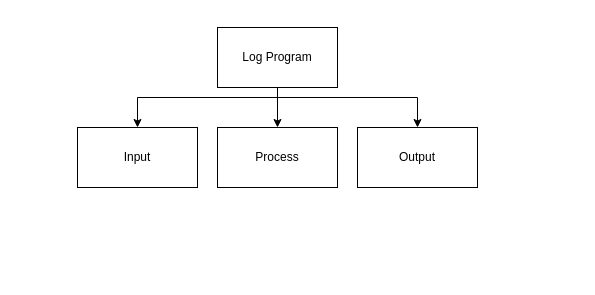
The draw.io diagram Drawio/Topdown.drawio in JacksonNaufal/ics4u-unit1-01-typescript, before the edit. Source tidied: cells renumbered, new cells numbered last; positions are measured from the earlier drawing's top-left corner, leaving out a move shared by most shapes. Both pictures are drawn from the tidied source at 100%, with x=0, y=0 at pixel (77, 27).
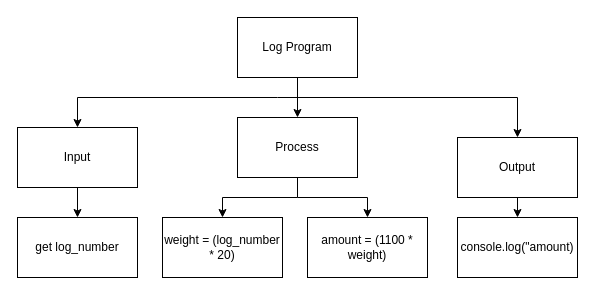
The same page after the edit.

The edit, as a diff of the source:
```diff
@@
+    <mxCell id="9" style="edgeStyle=none;html=1;" parent="1" edge="1" source="2" target="13">
+      <mxGeometry relative="1" as="geometry" />
+    </mxCell>
     <mxCell id="2" value="Input" style="rounded=0;whiteSpace=wrap;html=1;" parent="1" vertex="1">
-      <mxGeometry y="100" width="120" height="60" as="geometry" />
+      <mxGeometry x="-60" y="100" width="120" height="60" as="geometry" />
     </mxCell>
     <mxCell id="3" style="edgeStyle=none;html=1;entryX=0.5;entryY=0;entryDx=0;entryDy=0;rounded=0;" parent="1" edge="1" target="2">
       <mxGeometry relative="1" as="geometry">
         <mxPoint x="200" y="70" as="sourcePoint" />
         <Array as="points">
-          <mxPoint x="60" y="70" />
+          <mxPoint y="70" />
         </Array>
       </mxGeometry>
     </mxCell>
     <mxCell id="4" style="edgeStyle=none;rounded=0;html=1;entryX=0.5;entryY=0;entryDx=0;entryDy=0;" parent="1" edge="1" target="8">
       <mxGeometry relative="1" as="geometry">
         <mxPoint x="200" y="70" as="sourcePoint" />
         <Array as="points">
-          <mxPoint x="340" y="70" />
+          <mxPoint x="440" y="70" />
         </Array>
       </mxGeometry>
     </mxCell>
@@
     <mxCell id="6" value="Log Program" style="rounded=0;whiteSpace=wrap;html=1;" parent="1" vertex="1">
-      <mxGeometry x="140" width="120" height="60" as="geometry" />
+      <mxGeometry x="160" y="-10" width="120" height="60" as="geometry" />
     </mxCell>
+    <mxCell id="10" style="edgeStyle=none;html=1;entryX=0.5;entryY=0;entryDx=0;entryDy=0;rounded=0;" parent="1" edge="1" source="7" target="14">
+      <mxGeometry relative="1" as="geometry">
+        <Array as="points">
+          <mxPoint x="220" y="170" />
+          <mxPoint x="145" y="170" />
+        </Array>
+      </mxGeometry>
+    </mxCell>
+    <mxCell id="11" style="edgeStyle=none;rounded=0;html=1;entryX=0.5;entryY=0;entryDx=0;entryDy=0;" parent="1" edge="1" target="15">
+      <mxGeometry relative="1" as="geometry">
+        <mxPoint x="220" y="170" as="sourcePoint" />
+        <Array as="points">
+          <mxPoint x="290" y="170" />
+        </Array>
+      </mxGeometry>
+    </mxCell>
     <mxCell id="7" value="Process" style="rounded=0;whiteSpace=wrap;html=1;" parent="1" vertex="1">
-      <mxGeometry x="140" y="100" width="120" height="60" as="geometry" />
+      <mxGeometry x="160" y="90" width="120" height="60" as="geometry" />
     </mxCell>
+    <mxCell id="12" style="edgeStyle=none;rounded=0;html=1;" parent="1" edge="1" source="8" target="16">
+      <mxGeometry relative="1" as="geometry" />
+    </mxCell>
     <mxCell id="8" value="Output" style="rounded=0;whiteSpace=wrap;html=1;" parent="1" vertex="1">
-      <mxGeometry x="280" y="100" width="120" height="60" as="geometry" />
+      <mxGeometry x="380" y="110" width="120" height="60" as="geometry" />
     </mxCell>
+    <mxCell id="13" value="get log_number" style="rounded=0;whiteSpace=wrap;html=1;" parent="1" vertex="1">
+      <mxGeometry x="-60" y="190" width="120" height="60" as="geometry" />
+    </mxCell>
+    <mxCell id="14" value="weight = (log_number * 20)" style="rounded=0;whiteSpace=wrap;html=1;" parent="1" vertex="1">
+      <mxGeometry x="85" y="190" width="120" height="60" as="geometry" />
+    </mxCell>
+    <mxCell id="15" value="amount = (1100 * weight)" style="rounded=0;whiteSpace=wrap;html=1;" parent="1" vertex="1">
+      <mxGeometry x="230" y="190" width="120" height="60" as="geometry" />
+    </mxCell>
+    <mxCell id="16" value="console.log(&quot;amount)" style="rounded=0;whiteSpace=wrap;html=1;" parent="1" vertex="1">
+      <mxGeometry x="380" y="190" width="120" height="60" as="geometry" />
+    </mxCell>
```
